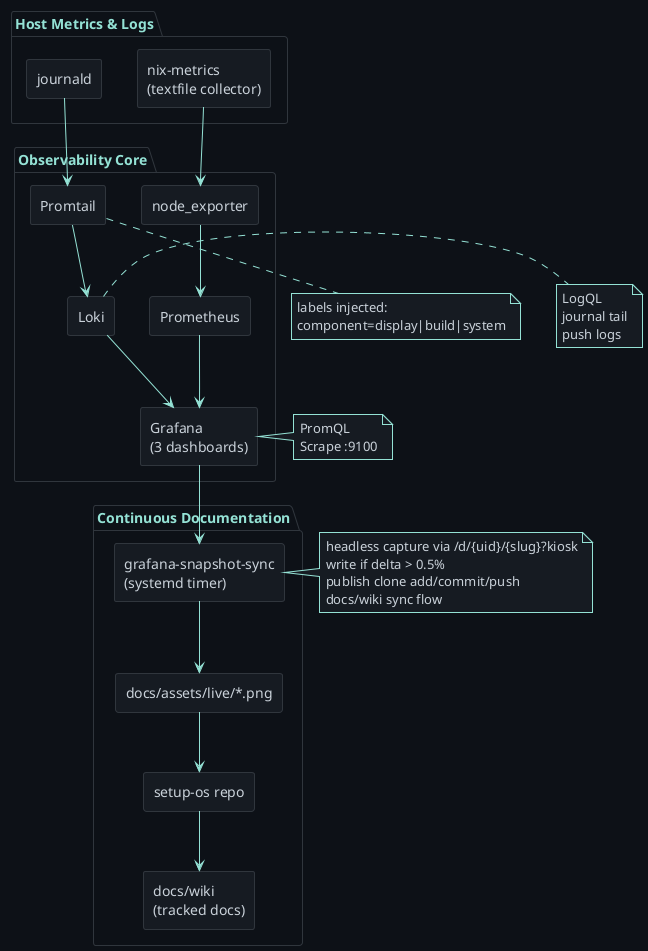
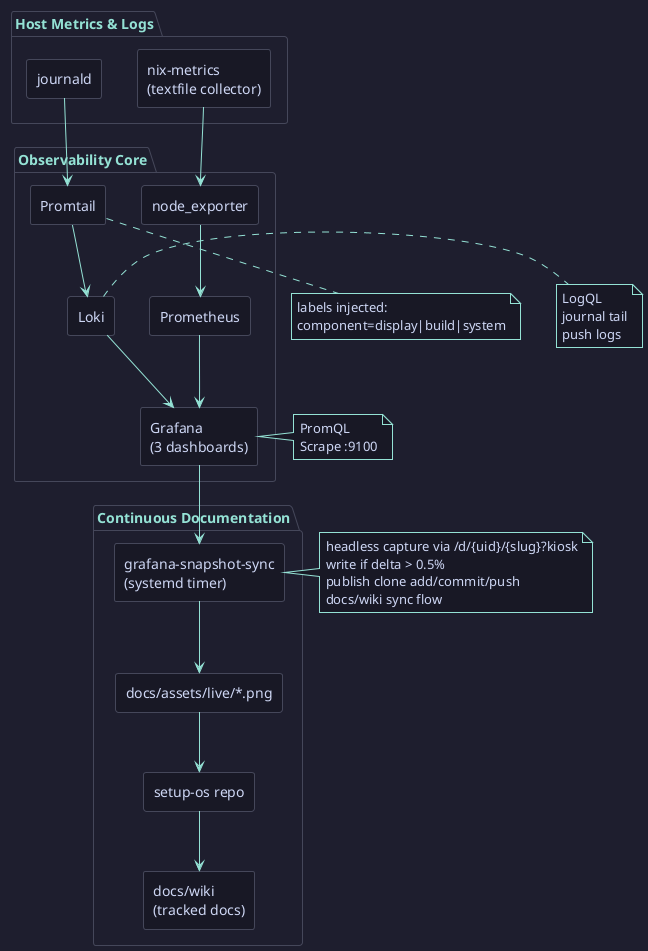
@startuml
!theme plain
- skinparam backgroundColor #0d1117
- skinparam defaultFontColor #c9d1d9
+ skinparam backgroundColor #1e1e2e
+ skinparam defaultFontColor #cdd6f4
skinparam arrowColor #94e2d5
- skinparam borderColor #30363d
+ skinparam borderColor #45475a
skinparam shadowing false

skinparam rectangle {
-   BackgroundColor #161b22
-   BorderColor #30363d
-   FontColor #c9d1d9
+   BackgroundColor #181825
+   BorderColor #45475a
+   FontColor #cdd6f4
}
skinparam package {
-   BackgroundColor #0d1117
-   BorderColor #30363d
+   BackgroundColor #1e1e2e
+   BorderColor #45475a
  FontColor #94e2d5
}
skinparam note {
-   BackgroundColor #161b22
+   BackgroundColor #181825
  BorderColor #94e2d5
-   FontColor #c9d1d9
+   FontColor #cdd6f4
}

package "Host Metrics & Logs" {
  rectangle "nix-metrics\n(textfile collector)" as nix_metrics
  rectangle "journald" as journald
}

package "Observability Core" {
  rectangle "node_exporter" as node_exporter
  rectangle "Prometheus" as prometheus
  rectangle "Promtail" as promtail
  rectangle "Loki" as loki
  rectangle "Grafana\n(3 dashboards)" as grafana
}

package "Continuous Documentation" {
  rectangle "grafana-snapshot-sync\n(systemd timer)" as snapshot
  rectangle "docs/assets/live/*.png" as pngs
  rectangle "setup-os repo" as repo
  rectangle "docs/wiki\n(tracked docs)" as wiki
}

nix_metrics --> node_exporter

node_exporter --> prometheus

prometheus --> grafana

note right of grafana
PromQL
Scrape :9100
end note

journald --> promtail

promtail --> loki

loki --> grafana

note right of loki
LogQL
journal tail
push logs
end note

grafana --> snapshot

snapshot --> pngs

pngs --> repo

repo --> wiki

note right of snapshot
headless capture via /d/{uid}/{slug}?kiosk
write if delta > 0.5%
publish clone add/commit/push
docs/wiki sync flow
end note

note bottom of promtail
labels injected:
component=display|build|system
end note

@enduml
